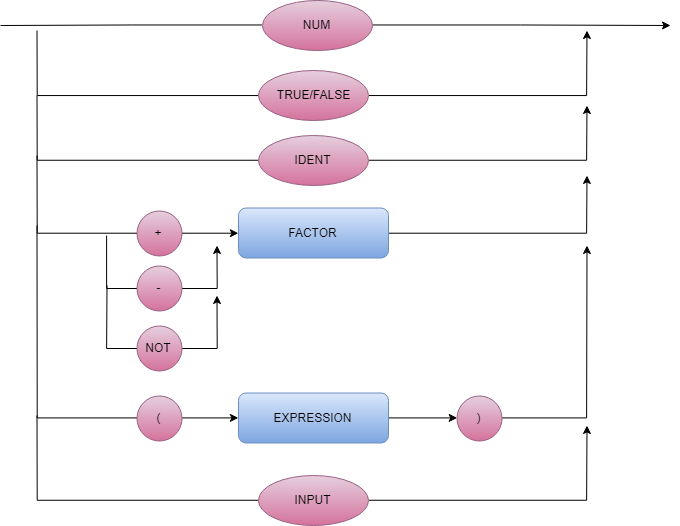
Earlier version of the draw.io export Imgs/FACTOR.png (Leostayner/Compilador-LM). Source tidied: cells renumbered, new cells last; positions are measured from the earlier drawing's top-left corner, leaving out a move shared by most shapes.
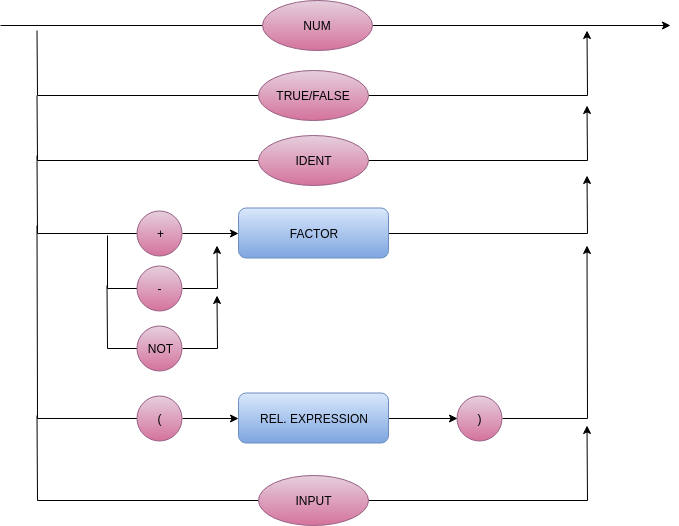
The same diagram one commit later.

Commit message:
ajuste de um pequeno erro encontrado no factor

Diff of the diagram source:
```diff
@@ -2,129 +2,129 @@
   <root>
     <mxCell id="0" />
     <mxCell id="1" parent="0" />
-    <mxCell id="2" style="edgeStyle=orthogonalEdgeStyle;rounded=0;jettySize=auto;html=1;exitX=1;exitY=0.5;exitDx=0;exitDy=0;endArrow=classic;endFill=1;" parent="1" edge="1" source="3">
-      <mxGeometry relative="1" as="geometry">
-        <mxPoint x="586.5" y="175" as="targetPoint" />
-      </mxGeometry>
-    </mxCell>
+    <mxCell id="32" style="edgeStyle=orthogonalEdgeStyle;rounded=0;jettySize=auto;html=1;exitX=1;exitY=0.5;exitDx=0;exitDy=0;endArrow=classic;endFill=1;" parent="1" edge="1" source="3">
+      <mxGeometry relative="1" as="geometry">
+        <mxPoint x="586.5" y="175" as="targetPoint" />
+      </mxGeometry>
+    </mxCell>
     <mxCell id="3" value="FACTOR" style="rounded=1;whiteSpace=wrap;html=1;gradientColor=#7ea6e0;fillColor=#dae8fc;strokeColor=#6c8ebf;" parent="1" vertex="1">
       <mxGeometry x="238" y="207.5" width="150" height="50" as="geometry" />
     </mxCell>
-    <mxCell id="4" style="edgeStyle=orthogonalEdgeStyle;rounded=0;jettySize=auto;html=1;exitX=0;exitY=0.5;exitDx=0;exitDy=0;endArrow=none;endFill=0;" parent="1" edge="1" source="6">
-      <mxGeometry relative="1" as="geometry">
-        <mxPoint y="25" as="targetPoint" />
-      </mxGeometry>
-    </mxCell>
-    <mxCell id="5" style="edgeStyle=orthogonalEdgeStyle;rounded=0;jettySize=auto;html=1;exitX=1;exitY=0.5;exitDx=0;exitDy=0;" parent="1" edge="1" source="6">
-      <mxGeometry relative="1" as="geometry">
-        <mxPoint x="670" y="25" as="targetPoint" />
-      </mxGeometry>
-    </mxCell>
+    <mxCell id="33" style="edgeStyle=orthogonalEdgeStyle;rounded=0;jettySize=auto;html=1;exitX=0;exitY=0.5;exitDx=0;exitDy=0;endArrow=none;endFill=0;" parent="1" edge="1" source="6">
+      <mxGeometry relative="1" as="geometry">
+        <mxPoint y="25" as="targetPoint" />
+      </mxGeometry>
+    </mxCell>
+    <mxCell id="34" style="edgeStyle=orthogonalEdgeStyle;rounded=0;jettySize=auto;html=1;exitX=1;exitY=0.5;exitDx=0;exitDy=0;" parent="1" edge="1" source="6">
+      <mxGeometry relative="1" as="geometry">
+        <mxPoint x="670" y="25" as="targetPoint" />
+      </mxGeometry>
+    </mxCell>
     <mxCell id="6" value="NUM" style="ellipse;whiteSpace=wrap;html=1;gradientColor=#d5739d;fillColor=#e6d0de;strokeColor=#996185;" parent="1" vertex="1">
       <mxGeometry x="261.5" width="110" height="50" as="geometry" />
     </mxCell>
-    <mxCell id="7" style="edgeStyle=orthogonalEdgeStyle;rounded=0;jettySize=auto;html=1;exitX=0;exitY=0.5;exitDx=0;exitDy=0;endArrow=none;endFill=0;" parent="1" edge="1" source="9">
-      <mxGeometry relative="1" as="geometry">
-        <mxPoint x="36.5" y="95" as="targetPoint" />
-      </mxGeometry>
-    </mxCell>
-    <mxCell id="8" style="edgeStyle=orthogonalEdgeStyle;rounded=0;jettySize=auto;html=1;exitX=1;exitY=0.5;exitDx=0;exitDy=0;" parent="1" edge="1" source="9">
-      <mxGeometry relative="1" as="geometry">
-        <mxPoint x="586.5" y="105" as="targetPoint" />
-      </mxGeometry>
-    </mxCell>
+    <mxCell id="35" style="edgeStyle=orthogonalEdgeStyle;rounded=0;jettySize=auto;html=1;exitX=0;exitY=0.5;exitDx=0;exitDy=0;endArrow=none;endFill=0;" parent="1" edge="1" source="9">
+      <mxGeometry relative="1" as="geometry">
+        <mxPoint x="36.5" y="95" as="targetPoint" />
+      </mxGeometry>
+    </mxCell>
+    <mxCell id="36" style="edgeStyle=orthogonalEdgeStyle;rounded=0;jettySize=auto;html=1;exitX=1;exitY=0.5;exitDx=0;exitDy=0;" parent="1" edge="1" source="9">
+      <mxGeometry relative="1" as="geometry">
+        <mxPoint x="586.5" y="105" as="targetPoint" />
+      </mxGeometry>
+    </mxCell>
     <mxCell id="9" value="IDENT" style="ellipse;whiteSpace=wrap;html=1;gradientColor=#d5739d;fillColor=#e6d0de;strokeColor=#996185;" parent="1" vertex="1">
       <mxGeometry x="258" y="135" width="110" height="50" as="geometry" />
     </mxCell>
-    <mxCell id="10" style="edgeStyle=orthogonalEdgeStyle;rounded=0;jettySize=auto;html=1;exitX=0;exitY=0.5;exitDx=0;exitDy=0;endArrow=none;endFill=0;" parent="1" edge="1" source="12">
-      <mxGeometry relative="1" as="geometry">
-        <mxPoint x="36.5" y="155" as="targetPoint" />
-      </mxGeometry>
-    </mxCell>
+    <mxCell id="37" style="edgeStyle=orthogonalEdgeStyle;rounded=0;jettySize=auto;html=1;exitX=0;exitY=0.5;exitDx=0;exitDy=0;endArrow=none;endFill=0;" parent="1" edge="1" source="12">
+      <mxGeometry relative="1" as="geometry">
+        <mxPoint x="36.5" y="155" as="targetPoint" />
+      </mxGeometry>
+    </mxCell>
     <mxCell id="11" style="edgeStyle=orthogonalEdgeStyle;rounded=0;jettySize=auto;html=1;exitX=1;exitY=0.5;exitDx=0;exitDy=0;entryX=0;entryY=0.5;entryDx=0;entryDy=0;" parent="1" edge="1" source="12" target="3">
       <mxGeometry relative="1" as="geometry" />
     </mxCell>
     <mxCell id="12" value="+&lt;br&gt;" style="ellipse;whiteSpace=wrap;html=1;gradientColor=#d5739d;fillColor=#e6d0de;strokeColor=#996185;" parent="1" vertex="1">
       <mxGeometry x="136.5" y="210" width="45" height="45" as="geometry" />
     </mxCell>
-    <mxCell id="13" style="edgeStyle=orthogonalEdgeStyle;rounded=0;jettySize=auto;html=1;exitX=0;exitY=0.5;exitDx=0;exitDy=0;endArrow=none;endFill=0;" parent="1" edge="1" source="15">
-      <mxGeometry relative="1" as="geometry">
-        <mxPoint x="106.5" y="235" as="targetPoint" />
-        <Array as="points">
-          <mxPoint x="106.5" y="288" />
-          <mxPoint x="106.5" y="235" />
-        </Array>
-      </mxGeometry>
-    </mxCell>
-    <mxCell id="14" style="edgeStyle=orthogonalEdgeStyle;rounded=0;jettySize=auto;html=1;exitX=1;exitY=0.5;exitDx=0;exitDy=0;" parent="1" edge="1" source="15">
-      <mxGeometry relative="1" as="geometry">
-        <mxPoint x="216.5" y="245" as="targetPoint" />
-      </mxGeometry>
-    </mxCell>
+    <mxCell id="38" style="edgeStyle=orthogonalEdgeStyle;rounded=0;jettySize=auto;html=1;exitX=0;exitY=0.5;exitDx=0;exitDy=0;endArrow=none;endFill=0;" parent="1" edge="1" source="15">
+      <mxGeometry relative="1" as="geometry">
+        <mxPoint x="106.5" y="235" as="targetPoint" />
+        <Array as="points">
+          <mxPoint x="106.5" y="288" />
+          <mxPoint x="106.5" y="235" />
+        </Array>
+      </mxGeometry>
+    </mxCell>
+    <mxCell id="39" style="edgeStyle=orthogonalEdgeStyle;rounded=0;jettySize=auto;html=1;exitX=1;exitY=0.5;exitDx=0;exitDy=0;" parent="1" edge="1" source="15">
+      <mxGeometry relative="1" as="geometry">
+        <mxPoint x="216.5" y="245" as="targetPoint" />
+      </mxGeometry>
+    </mxCell>
     <mxCell id="15" value="-&lt;br&gt;" style="ellipse;whiteSpace=wrap;html=1;gradientColor=#d5739d;fillColor=#e6d0de;strokeColor=#996185;" parent="1" vertex="1">
       <mxGeometry x="136.5" y="265" width="45" height="45" as="geometry" />
     </mxCell>
-    <mxCell id="16" style="edgeStyle=orthogonalEdgeStyle;rounded=0;jettySize=auto;html=1;exitX=0;exitY=0.5;exitDx=0;exitDy=0;endArrow=none;endFill=0;" parent="1" edge="1" source="18">
-      <mxGeometry relative="1" as="geometry">
-        <mxPoint x="36.5" y="225" as="targetPoint" />
-      </mxGeometry>
-    </mxCell>
-    <mxCell id="17" style="edgeStyle=orthogonalEdgeStyle;rounded=0;jettySize=auto;html=1;exitX=1;exitY=0.5;exitDx=0;exitDy=0;entryX=0;entryY=0.5;entryDx=0;entryDy=0;" parent="1" edge="1" source="18" target="22">
-      <mxGeometry relative="1" as="geometry" />
-    </mxCell>
+    <mxCell id="40" style="edgeStyle=orthogonalEdgeStyle;rounded=0;jettySize=auto;html=1;exitX=0;exitY=0.5;exitDx=0;exitDy=0;endArrow=none;endFill=0;" parent="1" edge="1" source="18">
+      <mxGeometry relative="1" as="geometry">
+        <mxPoint x="36.5" y="225" as="targetPoint" />
+      </mxGeometry>
+    </mxCell>
+    <mxCell id="41" style="edgeStyle=orthogonalEdgeStyle;rounded=0;jettySize=auto;html=1;exitX=1;exitY=0.5;exitDx=0;exitDy=0;entryX=0;entryY=0.5;entryDx=0;entryDy=0;" parent="1" edge="1" source="18" target="44">
+      <mxGeometry relative="1" as="geometry" />
+    </mxCell>
     <mxCell id="18" value="(&lt;br&gt;" style="ellipse;whiteSpace=wrap;html=1;gradientColor=#d5739d;fillColor=#e6d0de;strokeColor=#996185;" parent="1" vertex="1">
       <mxGeometry x="136.5" y="395" width="45" height="45" as="geometry" />
     </mxCell>
-    <mxCell id="19" style="edgeStyle=orthogonalEdgeStyle;rounded=0;jettySize=auto;html=1;exitX=1;exitY=0.5;exitDx=0;exitDy=0;" parent="1" edge="1" source="20">
-      <mxGeometry relative="1" as="geometry">
-        <mxPoint x="586.5" y="245" as="targetPoint" />
-      </mxGeometry>
-    </mxCell>
+    <mxCell id="42" style="edgeStyle=orthogonalEdgeStyle;rounded=0;jettySize=auto;html=1;exitX=1;exitY=0.5;exitDx=0;exitDy=0;" parent="1" edge="1" source="20">
+      <mxGeometry relative="1" as="geometry">
+        <mxPoint x="586.5" y="245" as="targetPoint" />
+      </mxGeometry>
+    </mxCell>
     <mxCell id="20" value=")&lt;br&gt;" style="ellipse;whiteSpace=wrap;html=1;gradientColor=#d5739d;fillColor=#e6d0de;strokeColor=#996185;" parent="1" vertex="1">
       <mxGeometry x="456.5" y="395" width="45" height="45" as="geometry" />
     </mxCell>
-    <mxCell id="21" style="edgeStyle=orthogonalEdgeStyle;rounded=0;jettySize=auto;html=1;exitX=1;exitY=0.5;exitDx=0;exitDy=0;entryX=0;entryY=0.5;entryDx=0;entryDy=0;" parent="1" edge="1" source="22" target="20">
-      <mxGeometry relative="1" as="geometry" />
-    </mxCell>
-    <mxCell id="22" value="EXPRESSION" style="rounded=1;whiteSpace=wrap;html=1;gradientColor=#7ea6e0;fillColor=#dae8fc;strokeColor=#6c8ebf;" parent="1" vertex="1">
-      <mxGeometry x="238" y="392.5" width="150" height="50" as="geometry" />
-    </mxCell>
-    <mxCell id="23" style="edgeStyle=orthogonalEdgeStyle;rounded=0;jettySize=auto;html=1;exitX=0;exitY=0.5;exitDx=0;exitDy=0;endArrow=none;endFill=0;" parent="1" edge="1" source="25">
-      <mxGeometry relative="1" as="geometry">
-        <mxPoint x="36.5" y="415" as="targetPoint" />
-      </mxGeometry>
-    </mxCell>
-    <mxCell id="24" style="edgeStyle=orthogonalEdgeStyle;rounded=0;jettySize=auto;html=1;exitX=1;exitY=0.5;exitDx=0;exitDy=0;" parent="1" edge="1" source="25">
-      <mxGeometry relative="1" as="geometry">
-        <mxPoint x="586.5" y="425" as="targetPoint" />
-      </mxGeometry>
-    </mxCell>
+    <mxCell id="43" style="edgeStyle=orthogonalEdgeStyle;rounded=0;jettySize=auto;html=1;exitX=1;exitY=0.5;exitDx=0;exitDy=0;entryX=0;entryY=0.5;entryDx=0;entryDy=0;" parent="1" edge="1" source="44" target="20">
+      <mxGeometry relative="1" as="geometry" />
+    </mxCell>
+    <mxCell id="44" value="REL. EXPRESSION" style="rounded=1;whiteSpace=wrap;html=1;gradientColor=#7ea6e0;fillColor=#dae8fc;strokeColor=#6c8ebf;" parent="1" vertex="1">
+      <mxGeometry x="238" y="392.5" width="150" height="50" as="geometry" />
+    </mxCell>
+    <mxCell id="45" style="edgeStyle=orthogonalEdgeStyle;rounded=0;jettySize=auto;html=1;exitX=0;exitY=0.5;exitDx=0;exitDy=0;endArrow=none;endFill=0;" parent="1" edge="1" source="25">
+      <mxGeometry relative="1" as="geometry">
+        <mxPoint x="36.5" y="415" as="targetPoint" />
+      </mxGeometry>
+    </mxCell>
+    <mxCell id="46" style="edgeStyle=orthogonalEdgeStyle;rounded=0;jettySize=auto;html=1;exitX=1;exitY=0.5;exitDx=0;exitDy=0;" parent="1" edge="1" source="25">
+      <mxGeometry relative="1" as="geometry">
+        <mxPoint x="586.5" y="425" as="targetPoint" />
+      </mxGeometry>
+    </mxCell>
     <mxCell id="25" value="INPUT" style="ellipse;whiteSpace=wrap;html=1;gradientColor=#d5739d;fillColor=#e6d0de;strokeColor=#996185;" parent="1" vertex="1">
       <mxGeometry x="258" y="475" width="110" height="50" as="geometry" />
     </mxCell>
-    <mxCell id="26" style="edgeStyle=orthogonalEdgeStyle;rounded=0;jettySize=auto;html=1;exitX=0;exitY=0.5;exitDx=0;exitDy=0;endArrow=none;endFill=0;" parent="1" edge="1" source="28">
-      <mxGeometry relative="1" as="geometry">
-        <mxPoint x="106.5" y="285" as="targetPoint" />
-      </mxGeometry>
-    </mxCell>
-    <mxCell id="27" style="edgeStyle=orthogonalEdgeStyle;rounded=0;jettySize=auto;html=1;exitX=1;exitY=0.5;exitDx=0;exitDy=0;" parent="1" edge="1" source="28">
-      <mxGeometry relative="1" as="geometry">
-        <mxPoint x="216.5" y="295" as="targetPoint" />
-      </mxGeometry>
-    </mxCell>
+    <mxCell id="47" style="edgeStyle=orthogonalEdgeStyle;rounded=0;jettySize=auto;html=1;exitX=0;exitY=0.5;exitDx=0;exitDy=0;endArrow=none;endFill=0;" parent="1" edge="1" source="28">
+      <mxGeometry relative="1" as="geometry">
+        <mxPoint x="106.5" y="285" as="targetPoint" />
+      </mxGeometry>
+    </mxCell>
+    <mxCell id="48" style="edgeStyle=orthogonalEdgeStyle;rounded=0;jettySize=auto;html=1;exitX=1;exitY=0.5;exitDx=0;exitDy=0;" parent="1" edge="1" source="28">
+      <mxGeometry relative="1" as="geometry">
+        <mxPoint x="216.5" y="295" as="targetPoint" />
+      </mxGeometry>
+    </mxCell>
     <mxCell id="28" value="NOT&lt;br&gt;" style="ellipse;whiteSpace=wrap;html=1;gradientColor=#d5739d;fillColor=#e6d0de;strokeColor=#996185;" parent="1" vertex="1">
       <mxGeometry x="136.5" y="325" width="45" height="45" as="geometry" />
     </mxCell>
-    <mxCell id="29" style="edgeStyle=orthogonalEdgeStyle;rounded=0;jettySize=auto;html=1;exitX=0;exitY=0.5;exitDx=0;exitDy=0;endArrow=none;endFill=0;" parent="1" edge="1" source="31">
-      <mxGeometry relative="1" as="geometry">
-        <mxPoint x="36.5" y="30" as="targetPoint" />
-      </mxGeometry>
-    </mxCell>
-    <mxCell id="30" style="edgeStyle=orthogonalEdgeStyle;rounded=0;jettySize=auto;html=1;exitX=1;exitY=0.5;exitDx=0;exitDy=0;" parent="1" edge="1" source="31">
-      <mxGeometry relative="1" as="geometry">
-        <mxPoint x="586.5" y="30" as="targetPoint" />
-      </mxGeometry>
-    </mxCell>
+    <mxCell id="49" style="edgeStyle=orthogonalEdgeStyle;rounded=0;jettySize=auto;html=1;exitX=0;exitY=0.5;exitDx=0;exitDy=0;endArrow=none;endFill=0;" parent="1" edge="1" source="31">
+      <mxGeometry relative="1" as="geometry">
+        <mxPoint x="36.5" y="30" as="targetPoint" />
+      </mxGeometry>
+    </mxCell>
+    <mxCell id="50" style="edgeStyle=orthogonalEdgeStyle;rounded=0;jettySize=auto;html=1;exitX=1;exitY=0.5;exitDx=0;exitDy=0;" parent="1" edge="1" source="31">
+      <mxGeometry relative="1" as="geometry">
+        <mxPoint x="586.5" y="30" as="targetPoint" />
+      </mxGeometry>
+    </mxCell>
     <mxCell id="31" value="TRUE/FALSE" style="ellipse;whiteSpace=wrap;html=1;gradientColor=#d5739d;fillColor=#e6d0de;strokeColor=#996185;" parent="1" vertex="1">
       <mxGeometry x="258" y="70" width="110" height="50" as="geometry" />
     </mxCell>
```
